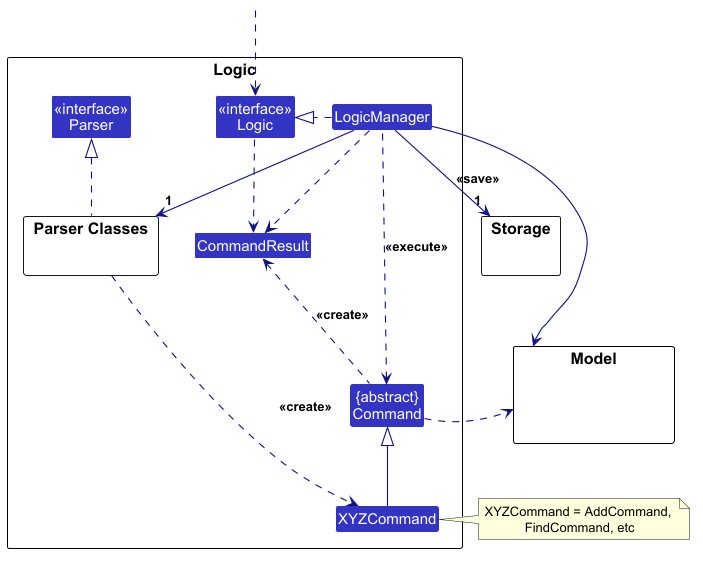
The PlantUML diagram docs/images/LogicClassDiagram.png in AY2627S1-CS2103T-T13-3/tp, before a commit. Its source is kept beside it as docs/diagrams/LogicClassDiagram.puml.
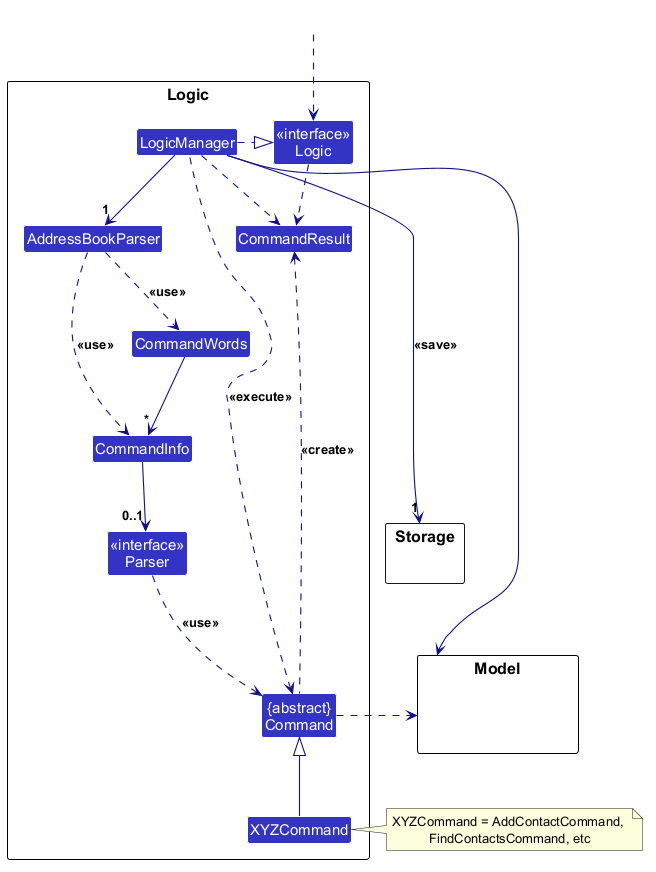
After the commit.

What changed in the source:
```diff
@@ -6,8 +6,9 @@
 
 package Logic as LogicPackage {
 Class "<<interface>>\nParser" as Parser
-package "Parser Classes" as ParserClasses{
-}
+Class AddressBookParser
+Class CommandWords
+Class CommandInfo
 Class XYZCommand
 Class CommandResult
 Class "{abstract}\nCommand" as Command
@@ -27,9 +28,12 @@
 HiddenOutside ..> Logic
 
 LogicManager .right.|> Logic
-LogicManager -down->"1" ParserClasses
-ParserClasses .up.|> Parser
-ParserClasses ..> XYZCommand : <<create>>
+LogicManager -down->"1" AddressBookParser
+AddressBookParser ..> CommandWords : <<use>>
+AddressBookParser ..> CommandInfo : <<use>>
+CommandWords --> "*" CommandInfo
+CommandInfo --> "0..1" Parser
+Parser ..> Command : <<use>>
 
 XYZCommand -up-|> Command
 LogicManager .left.> Command : <<execute>>
@@ -39,7 +43,7 @@
 Storage --[hidden] Model
 Command .[hidden]up.> Storage
 Command .right.> Model
-note right of XYZCommand: XYZCommand = AddCommand, \nFindCommand, etc
+note right of XYZCommand: XYZCommand = AddContactCommand, \nFindContactsCommand, etc
 
 Logic ..> CommandResult
 LogicManager .down.> CommandResult
```
